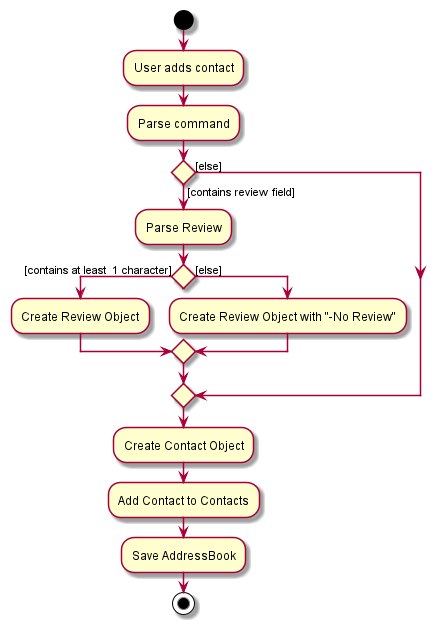
This is docs/images/ReviewActivityDiagram.png from nus-cs2103-AY2122S1/tp, a PlantUML export, as it was before one commit. Its diagram source:
```plantuml
@startuml

start
:User adds contact;
:Parse command;
if () then ([contains review field])
  :Parse Review;
  if () then ([contains at least  1 character])
  :Create Review Object;
  else ([else])
  :Create Review Object with "-No Review";
  endif

else ([else])
endif

:Create Contact Object;
:Add Contact to Contacts;
:Save AddressBook;

stop

@enduml
```
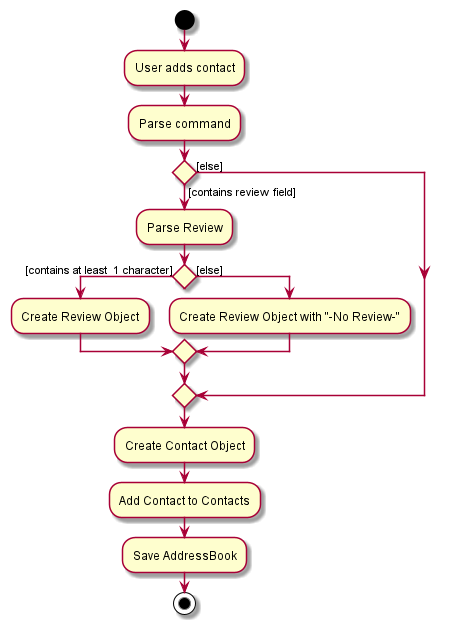
After the change.

Change to the diagram source:
```diff
@@ -8,7 +8,7 @@
   if () then ([contains at least  1 character])
   :Create Review Object;
   else ([else])
-  :Create Review Object with "-No Review";
+  :Create Review Object with "-No Review-";
   endif
 
 else ([else])
```
